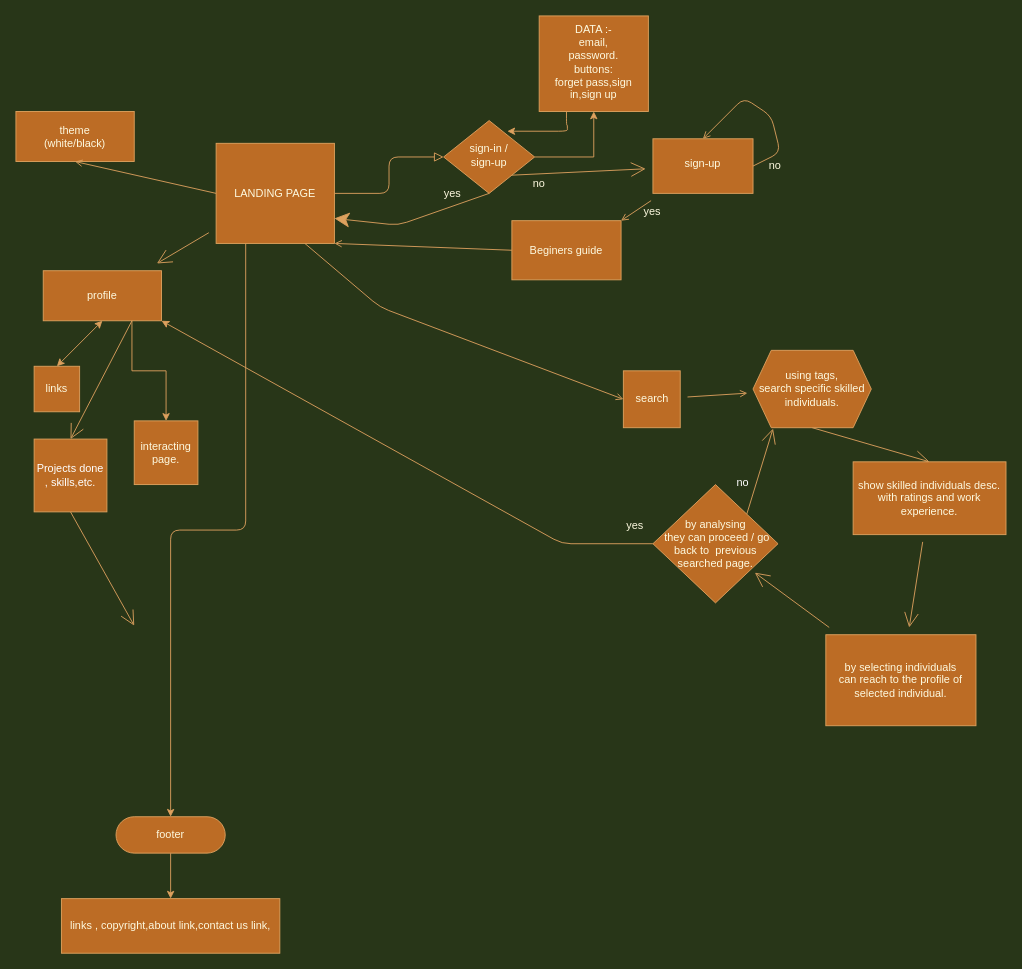
rahulrg1/linclon keeps this draw.io diagram as Untitled Diagram.drawio. Above is the earlier version. Source tidied: cells renumbered, new cells numbered last; positions are measured from the earlier drawing's top-left corner, leaving out a move shared by most shapes. Both pictures are drawn from the tidied source at 91%, with x=0, y=0 at pixel (15, 15).
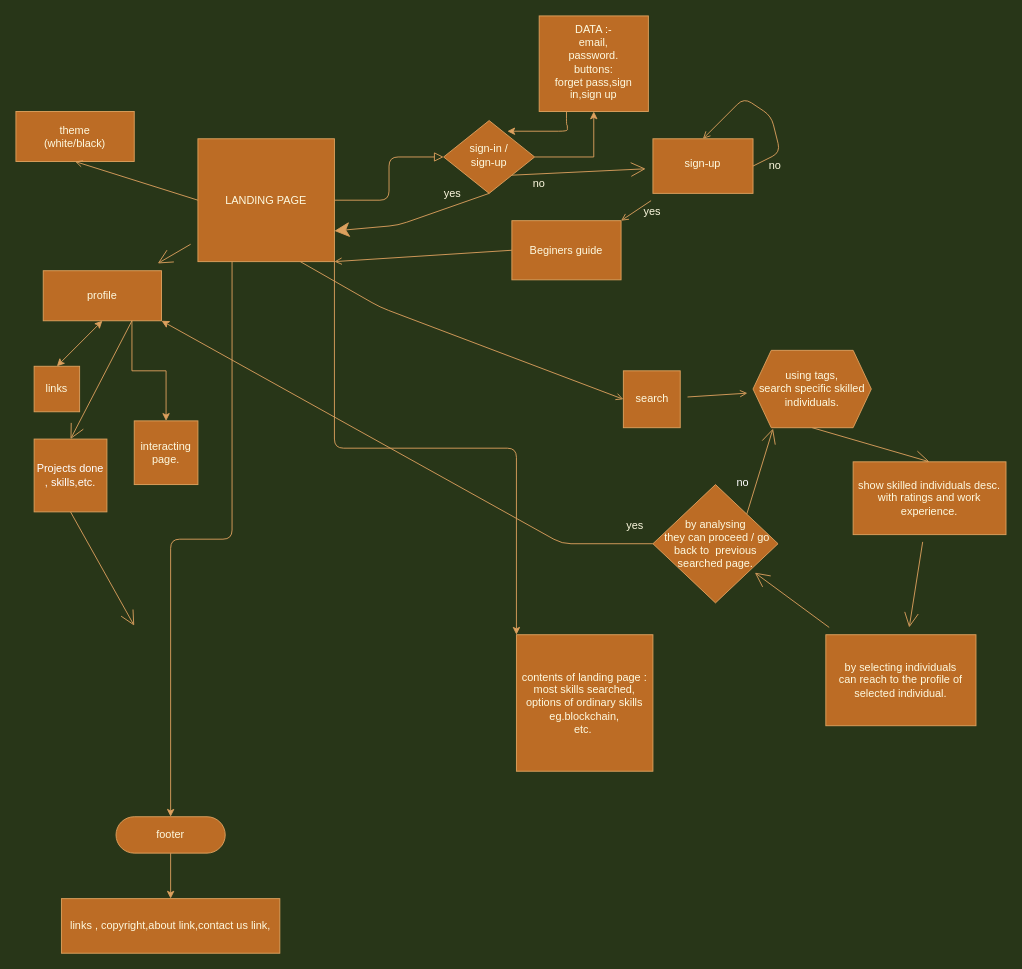
The same diagram, later.

Diff of the diagram source:
```diff
@@
+    <mxCell id="48" style="edgeStyle=orthogonalEdgeStyle;curved=0;rounded=1;sketch=0;jettySize=auto;html=1;fontColor=#FEFAE0;strokeColor=#DDA15E;fillColor=#BC6C25;entryX=0;entryY=0;entryDx=0;entryDy=0;exitX=1;exitY=1;exitDx=0;exitDy=0;" parent="1" edge="1" source="18" target="49">
+      <mxGeometry relative="1" as="geometry" />
+    </mxCell>
     <mxCell id="18" value="LANDING PAGE" style="whiteSpace=wrap;html=1;hachureGap=4;fontColor=#FEFAE0;strokeColor=#DDA15E;fillColor=#BC6C25;" parent="1" vertex="1">
-      <mxGeometry x="220" y="140" width="130" height="110" as="geometry" />
+      <mxGeometry x="200" y="135" width="150" height="135" as="geometry" />
     </mxCell>
@@
+    <mxCell id="49" value="contents of landing page :&lt;br&gt;most skills searched,&lt;br&gt;options of ordinary skills eg.blockchain,&lt;br&gt;etc.&amp;nbsp;" style="whiteSpace=wrap;html=1;rounded=0;sketch=0;fontColor=#FEFAE0;strokeColor=#DDA15E;fillColor=#BC6C25;" parent="1" vertex="1">
+      <mxGeometry x="550" y="680" width="150" height="150" as="geometry" />
+    </mxCell>
```
